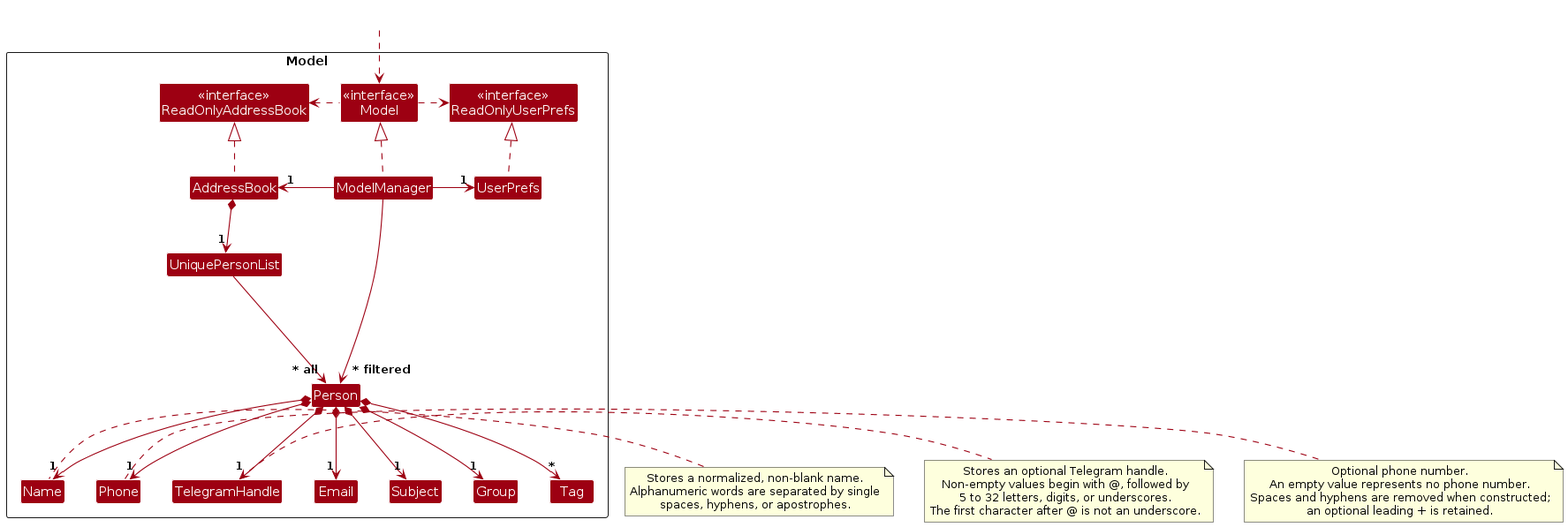
The PlantUML diagram diagrams/ModelClassDiagram.png in AY2627S1-CS2103T-T11-2/tp, before a commit. Its source is kept beside it as diagrams/ModelClassDiagram.puml.
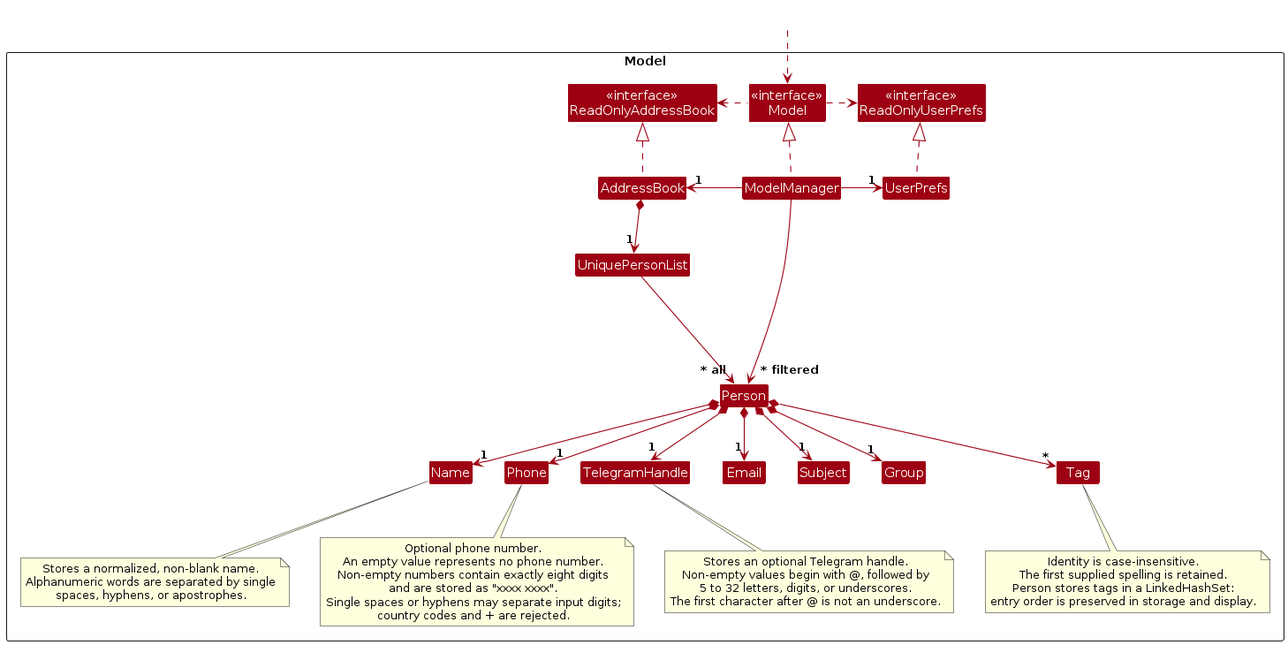
Above is the later version.

Change to the diagram source:
```diff
@@ -23,10 +23,6 @@
 Class Tag
 
 Class I #FFFFFF
-}
-
-Class HiddenOutside #FFFFFF
-HiddenOutside ..> Model
 
 AddressBook .up.|> ReadOnlyAddressBook
 
@@ -47,24 +43,33 @@
 Person *--> "1" Group
 Person *--> "*" Tag
 
-note left of Name
+note bottom of Name
   Stores a normalized, non-blank name.
   Alphanumeric words are separated by single
   spaces, hyphens, or apostrophes.
 end note
 
-note right of TelegramHandle
+note bottom of TelegramHandle
   Stores an optional Telegram handle.
   Non-empty values begin with @, followed by
   5 to 32 letters, digits, or underscores.
   The first character after @ is not an underscore.
 end note
 
-note right of Phone
+note bottom of Phone
   Optional phone number.
   An empty value represents no phone number.
-  Spaces and hyphens are removed when constructed;
-  an optional leading + is retained.
+  Non-empty numbers contain exactly eight digits
+  and are stored as "xxxx xxxx".
+  Single spaces or hyphens may separate input digits;
+  country codes and + are rejected.
+end note
+
+note bottom of Tag
+  Identity is case-insensitive.
+  The first supplied spelling is retained.
+  Person stores tags in a LinkedHashSet:
+  entry order is preserved in storage and display.
 end note
 
 Person -[hidden]up--> I
@@ -75,4 +80,8 @@
 TelegramHandle -[hidden]right-> Email
 
 ModelManager --> "~* filtered" Person
+}
+
+Class HiddenOutside #FFFFFF
+HiddenOutside ..> Model
 @enduml
```
